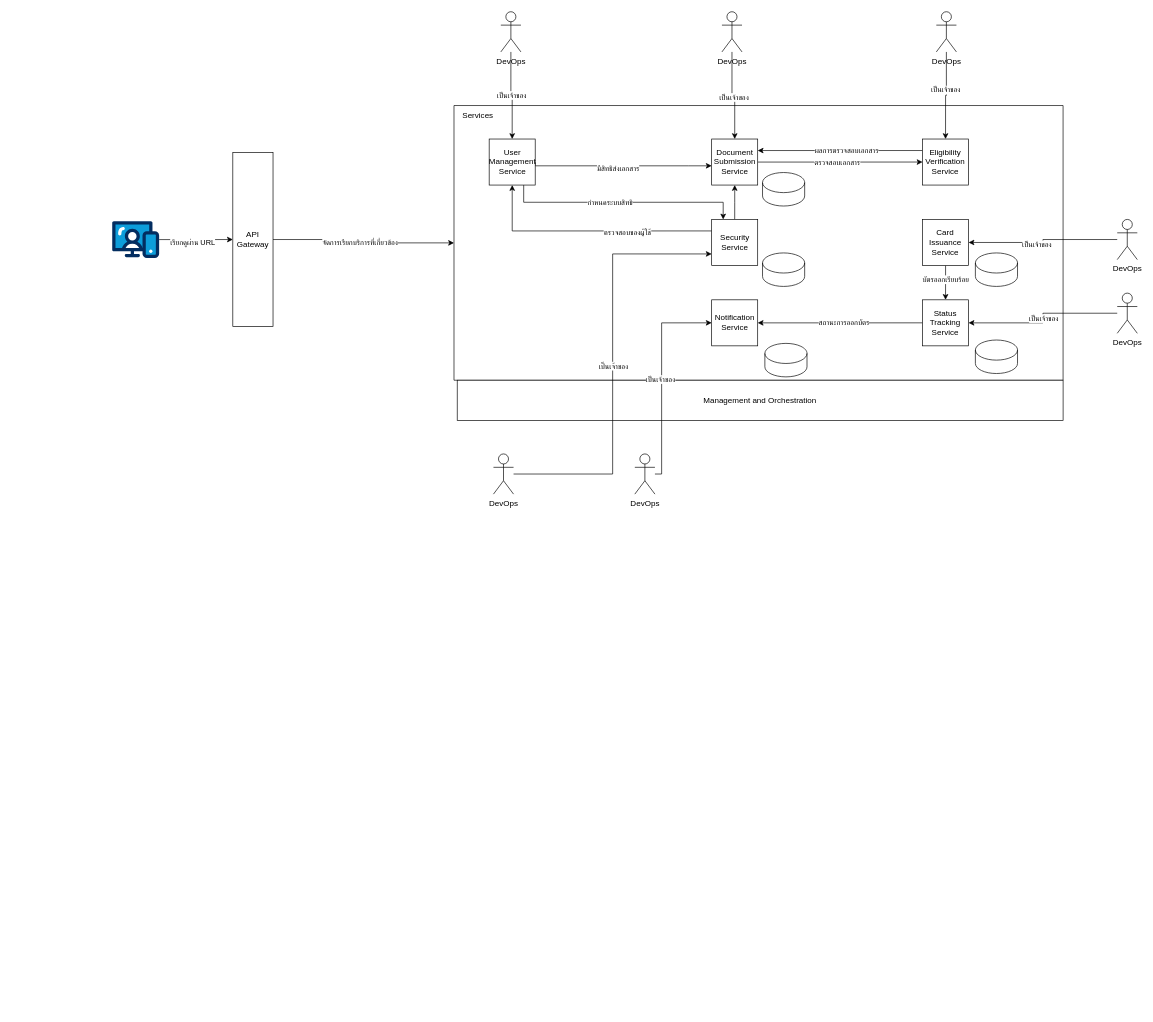
This is microservices.drawio from thammarat-ai/diagram-se, a draw.io file, before an edit. Source tidied: cells renumbered, new cells numbered last; positions are measured from the earlier drawing's top-left corner, leaving out a move shared by most shapes. Both pictures are drawn from the tidied source at 67%, with x=0, y=0 at pixel (112, 11).
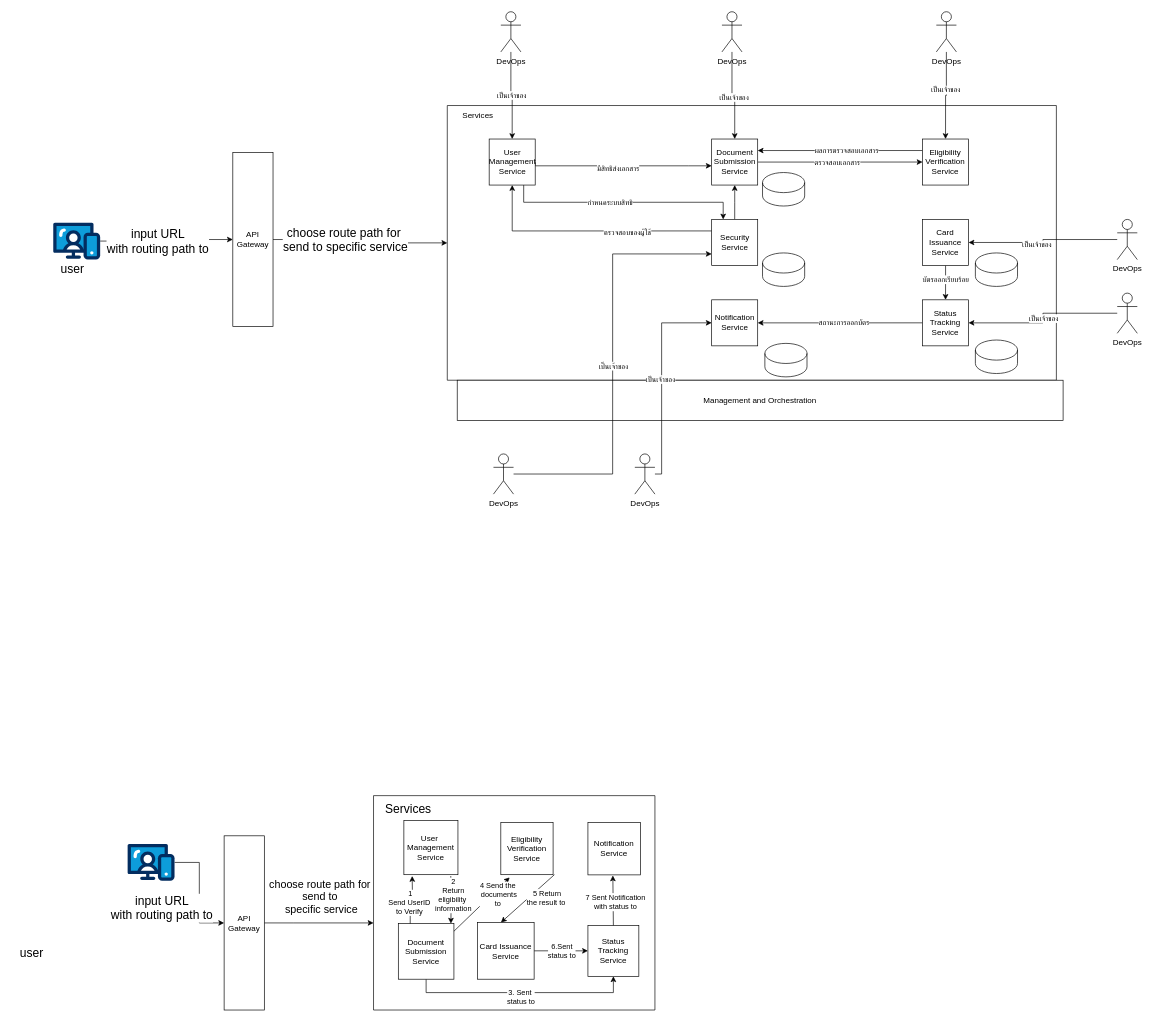
Above is the later version.

The change refers to these unchanged cells:
```xml
<mxCell id="2" style="edgeStyle=orthogonalEdgeStyle;rounded=0;jettySize=auto;html=1;exitX=1;exitY=0.5;exitDx=0;exitDy=0;" parent="1" edge="1" source="4" target="6">
  <mxGeometry relative="1" as="geometry" />
</mxCell>
<mxCell id="5" style="group;" parent="1" vertex="1">
  <mxGeometry x="650" y="160" width="790" height="860" as="geometry" />
</mxCell>
<mxCell id="42" style="edgeStyle=orthogonalEdgeStyle;rounded=0;jettySize=auto;html=1;entryX=0;entryY=0.5;entryDx=0;entryDy=0;" parent="1" edge="1" source="44" target="4">
  <mxGeometry relative="1" as="geometry" />
</mxCell>
```

Diff of the diagram source:
```diff
@@
-    <mxCell id="3" value="จัดการเรียกบริการที่เกี่ยวข้อง" style="edgeLabel;html=1;align=center;verticalAlign=middle;" parent="2" vertex="1">
-      <mxGeometry x="-0.07" y="-4" relative="1" as="geometry">
-        <mxPoint x="1" as="offset" />
-      </mxGeometry>
-    </mxCell>
+    <mxCell id="60" value="choose route path for&amp;nbsp;&lt;div style=&quot;font-size: 18px;&quot;&gt;send to specific service&lt;/div&gt;" style="edgeLabel;html=1;align=center;verticalAlign=middle;fontSize=18;" parent="2" vertex="1">
+      <mxGeometry x="-0.19" relative="1" as="geometry" />
+    </mxCell>
@@
     <mxCell id="6" style="verticalLabelPosition=bottom;verticalAlign=top;html=1;shape=mxgraph.basic.rect;fillColor2=none;strokeWidth=1;size=20;indent=5;" parent="5" vertex="1">
-      <mxGeometry x="-139.9" y="-20" width="909.1" height="410" as="geometry" />
+      <mxGeometry x="-149.9" y="-20" width="909.1" height="410" as="geometry" />
     </mxCell>
@@
-    <mxCell id="43" value="เรียกดูผ่าน URL" style="edgeLabel;html=1;align=center;verticalAlign=middle;" parent="42" vertex="1">
-      <mxGeometry x="-0.12" y="-3" relative="1" as="geometry">
-        <mxPoint x="1" as="offset" />
-      </mxGeometry>
-    </mxCell>
+    <mxCell id="61" value="input URL&lt;div style=&quot;font-size: 18px;&quot;&gt;with routing path to&lt;/div&gt;" style="edgeLabel;html=1;align=center;verticalAlign=middle;fontSize=18;" parent="42" vertex="1">
+      <mxGeometry x="-0.15" relative="1" as="geometry" />
+    </mxCell>
     <mxCell id="44" style="verticalLabelPosition=bottom;html=1;shape=mxgraph.salesforce.web;" parent="1" vertex="1">
-      <mxGeometry y="312.4" width="70" height="55.3" as="geometry" />
+      <mxGeometry x="-88" y="314.7" width="70" height="55.3" as="geometry" />
     </mxCell>
@@
+    <mxCell id="62" value="user" style="text;html=1;align=center;verticalAlign=middle;whiteSpace=wrap;rounded=0;fontSize=18;" parent="1" vertex="1">
+      <mxGeometry x="-89" y="370" width="60" height="30" as="geometry" />
+    </mxCell>
+    <mxCell id="63" style="edgeStyle=orthogonalEdgeStyle;rounded=0;jettySize=auto;html=1;exitX=1;exitY=0.5;exitDx=0;exitDy=0;" parent="1" edge="1" source="65" target="66">
+      <mxGeometry relative="1" as="geometry">
+        <Array as="points">
+          <mxPoint x="270" y="1360" />
+          <mxPoint x="270" y="1360" />
+        </Array>
+      </mxGeometry>
+    </mxCell>
+    <mxCell id="64" value="choose route path for&amp;nbsp;&lt;div style=&quot;font-size: 16px;&quot;&gt;send to&amp;nbsp;&lt;/div&gt;&lt;div style=&quot;font-size: 16px;&quot;&gt;specific service&lt;/div&gt;" style="edgeLabel;html=1;align=center;verticalAlign=middle;fontSize=16;" parent="63" vertex="1">
+      <mxGeometry x="-0.19" relative="1" as="geometry">
+        <mxPoint x="18" y="-40" as="offset" />
+      </mxGeometry>
+    </mxCell>
+    <mxCell id="65" value="API Gateway" style="rounded=0;whiteSpace=wrap;html=1;" parent="1" vertex="1">
+      <mxGeometry x="167" y="1230" width="60" height="260" as="geometry" />
+    </mxCell>
+    <mxCell id="66" style="verticalLabelPosition=bottom;verticalAlign=top;html=1;shape=mxgraph.basic.rect;fillColor2=none;strokeWidth=1;size=20;indent=5;" parent="1" vertex="1">
+      <mxGeometry x="390" y="1170" width="420" height="320" as="geometry" />
+    </mxCell>
+    <mxCell id="67" style="edgeStyle=orthogonalEdgeStyle;rounded=0;jettySize=auto;html=1;exitX=0.214;exitY=0.011;exitDx=0;exitDy=0;exitPerimeter=0;" parent="1" edge="1" source="71">
+      <mxGeometry relative="1" as="geometry">
+        <mxPoint x="447.7" y="1290" as="targetPoint" />
+      </mxGeometry>
+    </mxCell>
+    <mxCell id="68" value="&lt;div&gt;1&lt;/div&gt;Send UserID&amp;nbsp;&lt;div&gt;to Verify&amp;nbsp;&lt;/div&gt;" style="edgeLabel;html=1;align=center;verticalAlign=middle;" parent="67" vertex="1">
+      <mxGeometry x="-0.16" relative="1" as="geometry" />
+    </mxCell>
+    <mxCell id="69" style="edgeStyle=orthogonalEdgeStyle;rounded=0;jettySize=auto;html=1;exitX=0.5;exitY=1;exitDx=0;exitDy=0;entryX=0.5;entryY=1;entryDx=0;entryDy=0;" parent="1" edge="1" source="71" target="76">
+      <mxGeometry relative="1" as="geometry" />
+    </mxCell>
+    <mxCell id="70" value="&lt;div&gt;3. Sent&amp;nbsp;&lt;div&gt;status to&lt;/div&gt;&lt;/div&gt;" style="edgeLabel;html=1;align=center;verticalAlign=middle;" parent="69" vertex="1">
+      <mxGeometry x="-0.26" y="1" relative="1" as="geometry">
+        <mxPoint x="41" y="7" as="offset" />
+      </mxGeometry>
+    </mxCell>
+    <mxCell id="71" value="&lt;div&gt;&lt;span style=&quot;background-color: initial;&quot;&gt;Document Submission Service&lt;/span&gt;&lt;/div&gt;" style="whiteSpace=wrap;html=1;" parent="1" vertex="1">
+      <mxGeometry x="427" y="1361" width="83" height="83" as="geometry" />
+    </mxCell>
+    <mxCell id="72" value="&lt;div&gt;&lt;span style=&quot;background-color: initial;&quot;&gt;Eligibility Verification Service&lt;/span&gt;&lt;/div&gt;" style="whiteSpace=wrap;html=1;" parent="1" vertex="1">
+      <mxGeometry x="580" y="1210" width="78" height="78" as="geometry" />
+    </mxCell>
+    <mxCell id="73" style="edgeStyle=orthogonalEdgeStyle;rounded=0;jettySize=auto;html=1;exitX=1;exitY=0.5;exitDx=0;exitDy=0;" parent="1" edge="1" source="75" target="76">
+      <mxGeometry relative="1" as="geometry" />
+    </mxCell>
+    <mxCell id="74" value="&lt;div&gt;6.Sent&lt;/div&gt;&lt;div&gt;&lt;div&gt;status to&lt;/div&gt;&lt;/div&gt;" style="edgeLabel;html=1;align=center;verticalAlign=middle;" parent="73" vertex="1">
+      <mxGeometry x="0.27" y="2" relative="1" as="geometry">
+        <mxPoint x="-10" y="2" as="offset" />
+      </mxGeometry>
+    </mxCell>
+    <mxCell id="75" value="Card Issuance Service" style="whiteSpace=wrap;html=1;" parent="1" vertex="1">
+      <mxGeometry x="545" y="1359.3" width="84.7" height="84.7" as="geometry" />
+    </mxCell>
+    <mxCell id="76" value="Status Tracking Service" style="whiteSpace=wrap;html=1;" parent="1" vertex="1">
+      <mxGeometry x="710" y="1363.7" width="76" height="76" as="geometry" />
+    </mxCell>
+    <mxCell id="77" value="Notification Service" style="whiteSpace=wrap;html=1;" parent="1" vertex="1">
+      <mxGeometry x="710" y="1210" width="78.3" height="78.3" as="geometry" />
+    </mxCell>
+    <mxCell id="78" style="edgeStyle=orthogonalEdgeStyle;rounded=0;orthogonalLoop=1;jettySize=auto;html=1;exitX=0.75;exitY=1;exitDx=0;exitDy=0;entryX=0.75;entryY=0;entryDx=0;entryDy=0;" parent="1" edge="1">
+      <mxGeometry relative="1" as="geometry">
+        <mxPoint x="505.3" y="1290" as="sourcePoint" />
+        <mxPoint x="505.5" y="1361" as="targetPoint" />
+      </mxGeometry>
+    </mxCell>
+    <mxCell id="79" value="&lt;div&gt;2&lt;/div&gt;Return&lt;div&gt;eligibility&amp;nbsp;&lt;/div&gt;&lt;div&gt;information&lt;/div&gt;" style="edgeLabel;html=1;align=center;verticalAlign=middle;" parent="78" vertex="1">
+      <mxGeometry x="-0.19" y="1" relative="1" as="geometry">
+        <mxPoint x="2" as="offset" />
+      </mxGeometry>
+    </mxCell>
+    <mxCell id="80" value="&lt;div&gt;&lt;span style=&quot;background-color: initial;&quot;&gt;User&amp;nbsp;&lt;/span&gt;&lt;/div&gt;&lt;div&gt;&lt;span style=&quot;background-color: initial;&quot;&gt;Management Service&lt;/span&gt;&lt;br&gt;&lt;/div&gt;" style="whiteSpace=wrap;html=1;" parent="1" vertex="1">
+      <mxGeometry x="435.3" y="1207.3" width="80.7" height="80.7" as="geometry" />
+    </mxCell>
+    <mxCell id="81" value="Services" style="text;html=1;align=center;verticalAlign=middle;whiteSpace=wrap;rounded=0;fontSize=18;" parent="1" vertex="1">
+      <mxGeometry x="411.3" y="1175" width="62.4" height="30" as="geometry" />
+    </mxCell>
+    <mxCell id="82" style="edgeStyle=orthogonalEdgeStyle;rounded=0;jettySize=auto;html=1;entryX=0;entryY=0.5;entryDx=0;entryDy=0;" parent="1" edge="1" source="84" target="65">
+      <mxGeometry relative="1" as="geometry" />
+    </mxCell>
+    <mxCell id="83" value="input URL&lt;div style=&quot;font-size: 18px;&quot;&gt;with routing path to&lt;/div&gt;" style="edgeLabel;html=1;align=center;verticalAlign=middle;fontSize=18;" parent="82" vertex="1">
+      <mxGeometry x="-0.15" relative="1" as="geometry">
+        <mxPoint x="-57" y="35" as="offset" />
+      </mxGeometry>
+    </mxCell>
+    <mxCell id="84" style="verticalLabelPosition=bottom;html=1;shape=mxgraph.salesforce.web;" parent="1" vertex="1">
+      <mxGeometry x="23" y="1242" width="70" height="55.3" as="geometry" />
+    </mxCell>
+    <mxCell id="85" value="user" style="text;html=1;align=center;verticalAlign=middle;whiteSpace=wrap;rounded=0;fontSize=18;" parent="1" vertex="1">
+      <mxGeometry x="-150" y="1390" width="60" height="30" as="geometry" />
+    </mxCell>
+    <mxCell id="86" style="endArrow=classic;html=1;rounded=0;entryX=0.169;entryY=1.053;entryDx=0;entryDy=0;exitX=1;exitY=0.137;exitDx=0;exitDy=0;exitPerimeter=0;entryPerimeter=0;" parent="1" edge="1" source="71" target="72">
+      <mxGeometry relative="1" as="geometry" />
+    </mxCell>
+    <mxCell id="87" value="4 Send the&amp;nbsp;&lt;div&gt;documents&lt;div&gt;to&amp;nbsp;&lt;/div&gt;&lt;/div&gt;" style="edgeLabel;html=1;align=center;verticalAlign=middle;" parent="86" vertex="1">
+      <mxGeometry x="0.05" y="-1" relative="1" as="geometry">
+        <mxPoint x="22" y="-13" as="offset" />
+      </mxGeometry>
+    </mxCell>
+    <mxCell id="88" style="endArrow=classic;html=1;rounded=0;exitX=0.75;exitY=1;exitDx=0;exitDy=0;entryX=0.25;entryY=0;entryDx=0;entryDy=0;" parent="1" edge="1">
+      <mxGeometry relative="1" as="geometry">
+        <mxPoint x="660" y="1288" as="sourcePoint" />
+        <mxPoint x="580.2" y="1359.3" as="targetPoint" />
+      </mxGeometry>
+    </mxCell>
+    <mxCell id="89" value="5 Return&lt;div&gt;the result to&amp;nbsp;&lt;/div&gt;" style="edgeLabel;html=1;align=center;verticalAlign=middle;" parent="88" vertex="1">
+      <mxGeometry x="-0.07" y="2" relative="1" as="geometry">
+        <mxPoint x="24" as="offset" />
+      </mxGeometry>
+    </mxCell>
+    <mxCell id="90" style="endArrow=classic;html=1;rounded=0;exitX=0.5;exitY=0;exitDx=0;exitDy=0;entryX=0.623;entryY=0.31;entryDx=0;entryDy=0;entryPerimeter=0;" parent="1" edge="1" source="76">
+      <mxGeometry relative="1" as="geometry">
+        <mxPoint x="747.2" y="1289.2" as="targetPoint" />
+      </mxGeometry>
+    </mxCell>
+    <mxCell id="91" value="7 Sent Notification&lt;div&gt;with status to&lt;/div&gt;" style="edgeLabel;html=1;align=center;verticalAlign=middle;" parent="90" vertex="1">
+      <mxGeometry x="-0.06" y="-3" relative="1" as="geometry" />
+    </mxCell>
```
